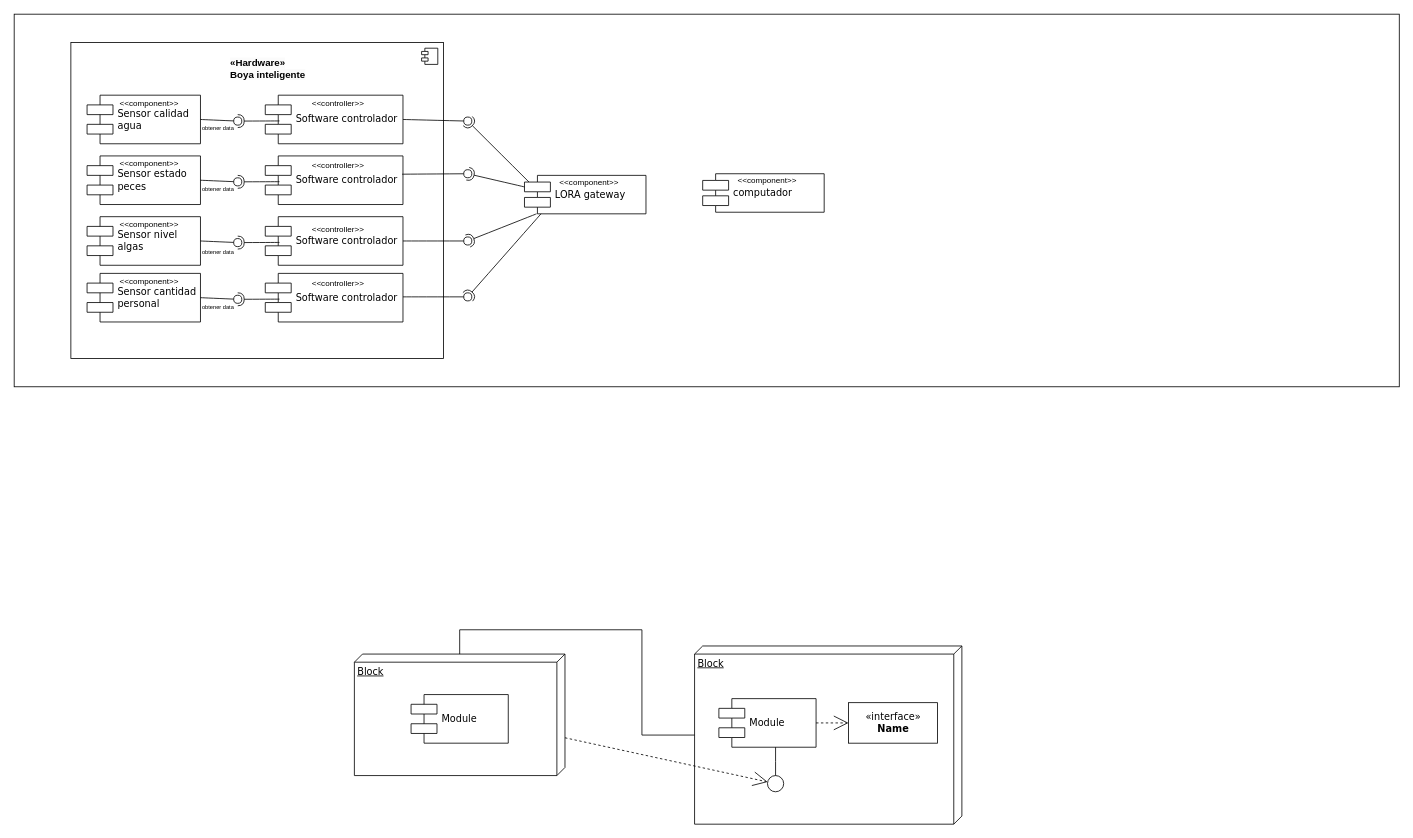
Bjnazar/views keeps this draw.io diagram as Diagrama sin título.drawio. Above is the earlier version. Source tidied: cells renumbered, new cells numbered last; positions are measured from the earlier drawing's top-left corner, leaving out a move shared by most shapes. Both pictures are drawn from the tidied source at 81%, with x=0, y=0 at pixel (14, 14).
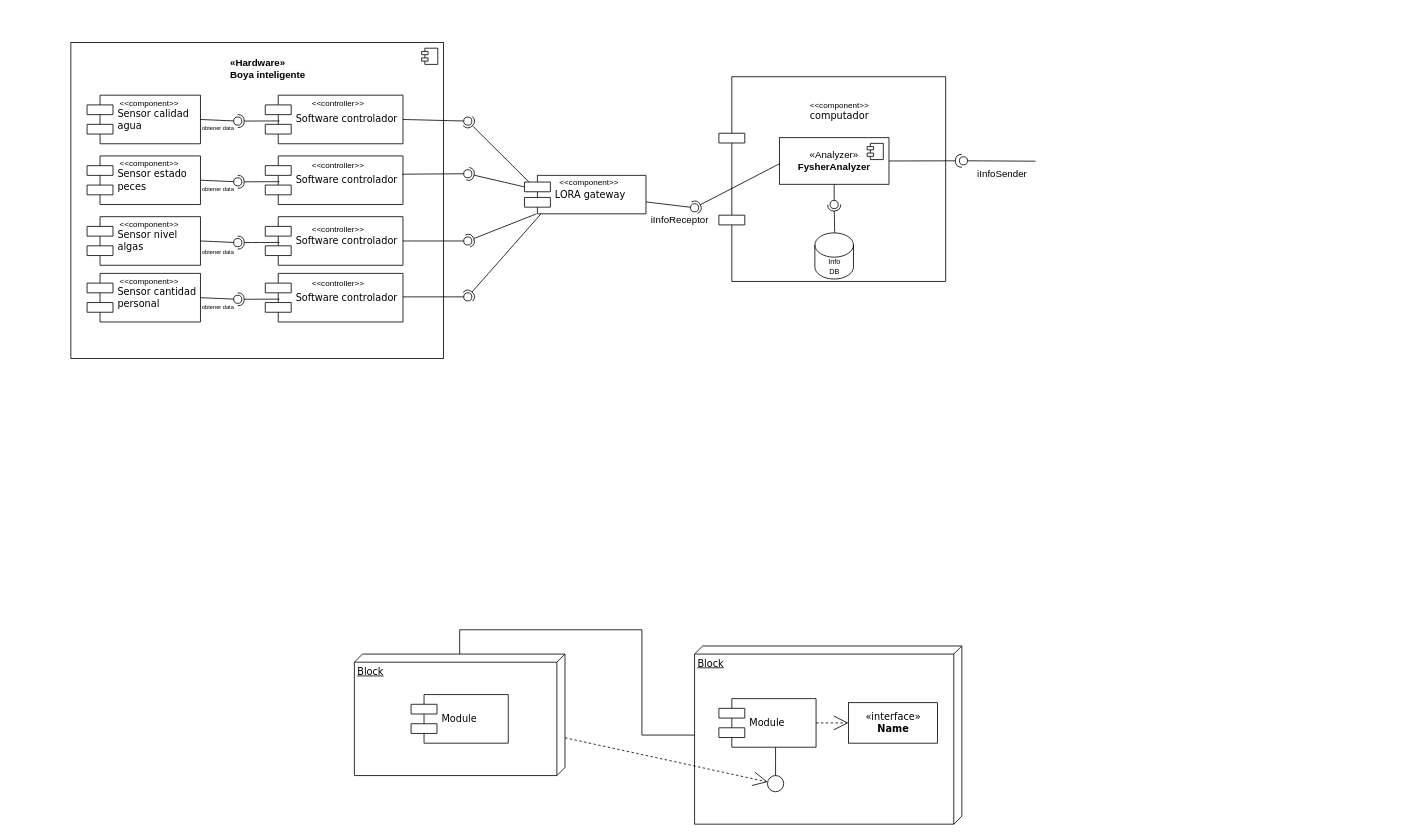
The same diagram, later.

Unchanged cells that the change refers to:
```xml
<mxCell id="51" value="LORA gateway" style="shape=component;align=left;spacingLeft=36;rounded=0;shadow=0;comic=0;labelBackgroundColor=none;strokeWidth=1;fontFamily=Verdana;fontSize=12;html=1;" parent="50" vertex="1">
  <mxGeometry y="7" width="150" height="47.5" as="geometry" />
</mxCell>
```

Diff of the diagram source:
```diff
@@
     <mxCell id="62" style="group;" parent="1" vertex="1">
-      <mxGeometry x="850" y="190" width="150" height="54.5" as="geometry" />
+      <mxGeometry x="870" y="40" width="280" height="290" as="geometry" />
     </mxCell>
-    <mxCell id="63" value="computador" style="shape=component;align=left;spacingLeft=36;rounded=0;shadow=0;comic=0;labelBackgroundColor=none;strokeWidth=1;fontFamily=Verdana;fontSize=12;html=1;" parent="62" vertex="1">
-      <mxGeometry y="7" width="150" height="47.5" as="geometry" />
+    <mxCell id="63" style="shape=component;align=left;spacingLeft=36;rounded=0;shadow=0;comic=0;labelBackgroundColor=none;strokeWidth=1;fontFamily=Verdana;fontSize=12;html=1;" parent="62" vertex="1">
+      <mxGeometry y="37.2" width="280" height="252.8" as="geometry" />
     </mxCell>
-    <mxCell id="64" value="&amp;lt;&amp;lt;component&amp;gt;&amp;gt;" style="text;strokeColor=none;fillColor=none;html=1;align=center;verticalAlign=middle;whiteSpace=wrap;rounded=0;fontSize=10;" parent="62" vertex="1">
-      <mxGeometry x="50" width="60" height="30" as="geometry" />
+    <mxCell id="64" value="&amp;lt;&amp;lt;component&amp;gt;&amp;gt;&lt;div&gt;&lt;span style=&quot;font-family: Verdana; font-size: 12px; text-align: left; text-wrap: nowrap;&quot;&gt;computador&lt;/span&gt;&lt;br&gt;&lt;/div&gt;" style="text;strokeColor=none;fillColor=none;html=1;align=center;verticalAlign=middle;whiteSpace=wrap;rounded=0;fontSize=10;" parent="62" vertex="1">
+      <mxGeometry x="93.3" width="112" height="159.6" as="geometry" />
     </mxCell>
-    <mxCell id="65" style="rounded=0;whiteSpace=wrap;html=1;fillColor=none;" parent="1" vertex="1">
-      <mxGeometry width="1710" height="460" as="geometry" />
-    </mxCell>
+    <mxCell id="66" value="«Analyzer»&lt;br&gt;&lt;b&gt;FysherAnalyzer&lt;/b&gt;" style="html=1;whiteSpace=wrap;" parent="62" vertex="1">
+      <mxGeometry x="74.7" y="112.5" width="135.3" height="57.5" as="geometry" />
+    </mxCell>
+    <mxCell id="67" style="shape=module;jettyWidth=8;jettyHeight=4;" parent="66" vertex="1">
+      <mxGeometry x="1" width="20" height="20" relative="1" as="geometry">
+        <mxPoint x="-27" y="7" as="offset" />
+      </mxGeometry>
+    </mxCell>
+    <mxCell id="68" value="&lt;font style=&quot;font-size: 9px;&quot;&gt;Info&lt;/font&gt;&lt;div&gt;&lt;font style=&quot;font-size: 9px;&quot;&gt;DB&lt;/font&gt;&lt;/div&gt;" style="shape=cylinder3;whiteSpace=wrap;html=1;boundedLbl=1;backgroundOutline=1;size=15;fontSize=10;" parent="62" vertex="1">
+      <mxGeometry x="118.5" y="230" width="47.7" height="57" as="geometry" />
+    </mxCell>
+    <mxCell id="69" style="ellipse;whiteSpace=wrap;html=1;align=center;fillColor=none;strokeColor=none;perimeter=centerPerimeter;points=[];outlineConnect=1;" parent="62" vertex="1">
+      <mxGeometry x="137.3" y="190" width="10" height="10" as="geometry" />
+    </mxCell>
+    <mxCell id="70" style="rounded=0;jettySize=auto;html=1;endArrow=oval;endFill=0;sketch=0;sourcePerimeterSpacing=0;targetPerimeterSpacing=0;endSize=10;fontSize=12;curved=1;exitX=0.5;exitY=1;exitDx=0;exitDy=0;" parent="62" edge="1" source="66" target="69">
+      <mxGeometry relative="1" as="geometry" />
+    </mxCell>
+    <mxCell id="71" style="rounded=0;jettySize=auto;html=1;endArrow=halfCircle;endFill=0;endSize=6;strokeWidth=1;sketch=0;fontSize=12;curved=1;exitX=0.002;exitY=0.558;exitDx=0;exitDy=0;exitPerimeter=0;" parent="1" edge="1" source="66" target="73">
+      <mxGeometry relative="1" as="geometry" />
+    </mxCell>
+    <mxCell id="72" style="rounded=0;jettySize=auto;html=1;endArrow=oval;endFill=0;sketch=0;sourcePerimeterSpacing=0;targetPerimeterSpacing=0;endSize=10;fontSize=12;curved=1;" parent="1" edge="1" source="51" target="73">
+      <mxGeometry relative="1" as="geometry" />
+    </mxCell>
+    <mxCell id="73" style="ellipse;whiteSpace=wrap;html=1;align=center;fillColor=none;strokeColor=none;perimeter=centerPerimeter;points=[];outlineConnect=1;" parent="1" vertex="1">
+      <mxGeometry x="835" y="234" width="10" height="10" as="geometry" />
+    </mxCell>
+    <mxCell id="74" value="iInfoReceptor" style="text;strokeColor=none;fillColor=none;html=1;align=center;verticalAlign=middle;whiteSpace=wrap;rounded=0;fontSize=12;" parent="1" vertex="1">
+      <mxGeometry x="792" y="239" width="60" height="30" as="geometry" />
+    </mxCell>
+    <mxCell id="75" value="iInfoSender" style="text;strokeColor=none;fillColor=none;html=1;align=center;verticalAlign=middle;whiteSpace=wrap;rounded=0;fontSize=12;" parent="1" vertex="1">
+      <mxGeometry x="1190" y="182" width="60" height="30" as="geometry" />
+    </mxCell>
+    <mxCell id="76" style="rounded=0;jettySize=auto;html=1;endArrow=halfCircle;endFill=0;endSize=6;strokeWidth=1;sketch=0;fontSize=12;curved=1;exitX=1;exitY=0.5;exitDx=0;exitDy=0;" parent="1" edge="1" source="66">
+      <mxGeometry relative="1" as="geometry">
+        <mxPoint x="1170" y="181" as="targetPoint" />
+      </mxGeometry>
+    </mxCell>
+    <mxCell id="77" style="rounded=0;jettySize=auto;html=1;endArrow=oval;endFill=0;sketch=0;sourcePerimeterSpacing=0;targetPerimeterSpacing=0;endSize=10;fontSize=12;curved=1;" parent="1" edge="1" target="78">
+      <mxGeometry relative="1" as="geometry">
+        <mxPoint x="1261" y="181.5" as="sourcePoint" />
+      </mxGeometry>
+    </mxCell>
+    <mxCell id="78" style="ellipse;whiteSpace=wrap;html=1;align=center;fillColor=none;strokeColor=none;perimeter=centerPerimeter;points=[];outlineConnect=1;" parent="1" vertex="1">
+      <mxGeometry x="1167" y="176" width="10" height="10" as="geometry" />
+    </mxCell>
+    <mxCell id="79" style="ellipse;whiteSpace=wrap;html=1;align=center;fillColor=none;strokeColor=none;perimeter=centerPerimeter;flipH=0;" parent="1" vertex="1">
+      <mxGeometry x="820" y="340" width="10" height="10" as="geometry" />
+    </mxCell>
+    <mxCell id="80" style="rounded=0;jettySize=auto;html=1;endArrow=halfCircle;endFill=0;endSize=6;strokeWidth=1;sketch=0;fontSize=12;curved=1;" parent="1" edge="1" target="69">
+      <mxGeometry relative="1" as="geometry">
+        <mxPoint x="1013" y="270" as="sourcePoint" />
+      </mxGeometry>
+    </mxCell>
```
